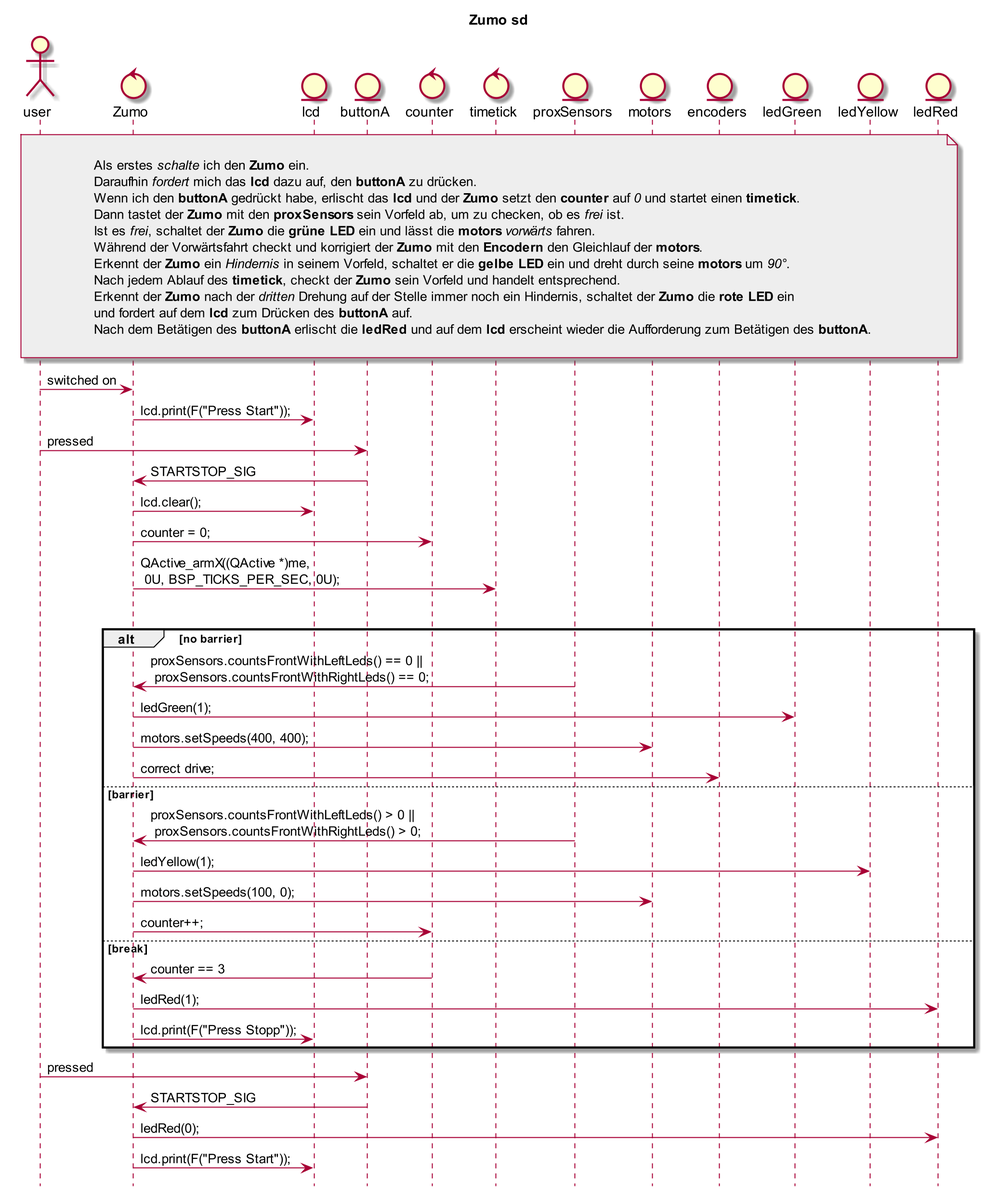
The PlantUML diagram Zumo_SD.png in orje/Zumo_QM_QPnano, before a commit.
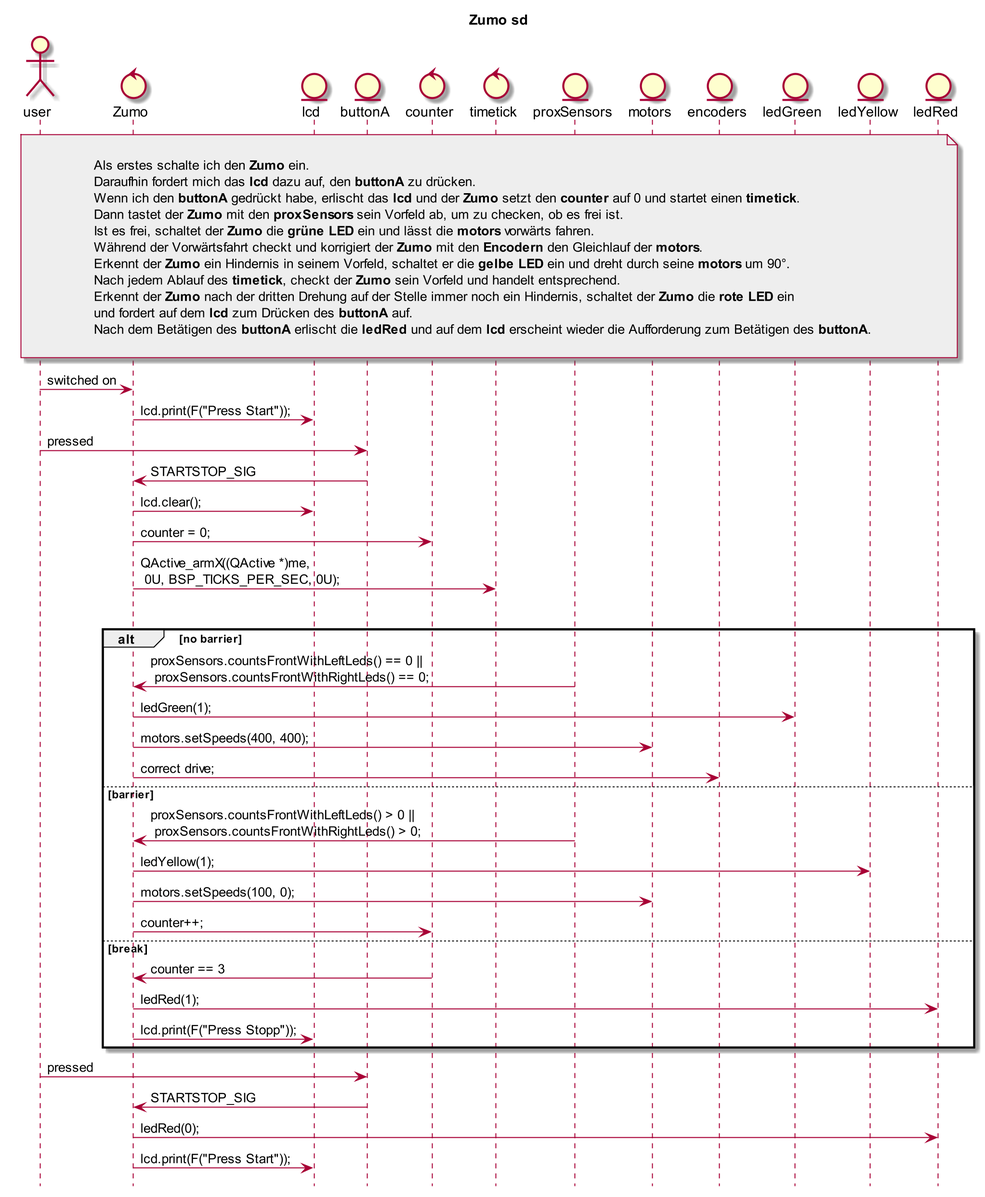
The same diagram one commit later.

The edit, as a diff of the source:
```diff
@@ -23,15 +23,15 @@
 
 note over ledRed, user #EEEEEE
 
-Als erstes //schalte// ich den **Zumo** ein.
-Daraufhin //fordert// mich das **lcd** dazu auf, den **buttonA** zu drücken.
-Wenn ich den **buttonA** gedrückt habe, erlischt das **lcd** und der **Zumo** setzt den **counter** auf //0// und startet einen **timetick**.
-Dann tastet der **Zumo** mit den **proxSensors** sein Vorfeld ab, um zu checken, ob es //frei// ist.
-Ist es //frei//, schaltet der **Zumo** die **grüne LED** ein und lässt die **motors** //vorwärts// fahren.
+Als erstes schalte ich den **Zumo** ein.
+Daraufhin fordert mich das **lcd** dazu auf, den **buttonA** zu drücken.
+Wenn ich den **buttonA** gedrückt habe, erlischt das **lcd** und der **Zumo** setzt den **counter** auf 0 und startet einen **timetick**.
+Dann tastet der **Zumo** mit den **proxSensors** sein Vorfeld ab, um zu checken, ob es frei ist.
+Ist es frei, schaltet der **Zumo** die **grüne LED** ein und lässt die **motors** vorwärts fahren.
 Während der Vorwärtsfahrt checkt und korrigiert der **Zumo** mit den **Encodern** den Gleichlauf der **motors**.
-Erkennt der **Zumo** ein //Hindernis// in seinem Vorfeld, schaltet er die **gelbe LED** ein und dreht durch seine **motors** um //90°//.
+Erkennt der **Zumo** ein Hindernis in seinem Vorfeld, schaltet er die **gelbe LED** ein und dreht durch seine **motors** um 90°.
 Nach jedem Ablauf des **timetick**, checkt der **Zumo** sein Vorfeld und handelt entsprechend.
-Erkennt der **Zumo** nach der //dritten// Drehung auf der Stelle immer noch ein Hindernis, schaltet der **Zumo** die **rote LED** ein
+Erkennt der **Zumo** nach der dritten Drehung auf der Stelle immer noch ein Hindernis, schaltet der **Zumo** die **rote LED** ein
 und fordert auf dem **lcd** zum Drücken des **buttonA** auf.
 Nach dem Betätigen des **buttonA** erlischt die **ledRed** und auf dem **lcd** erscheint wieder die Aufforderung zum Betätigen des **buttonA**.
 
```
